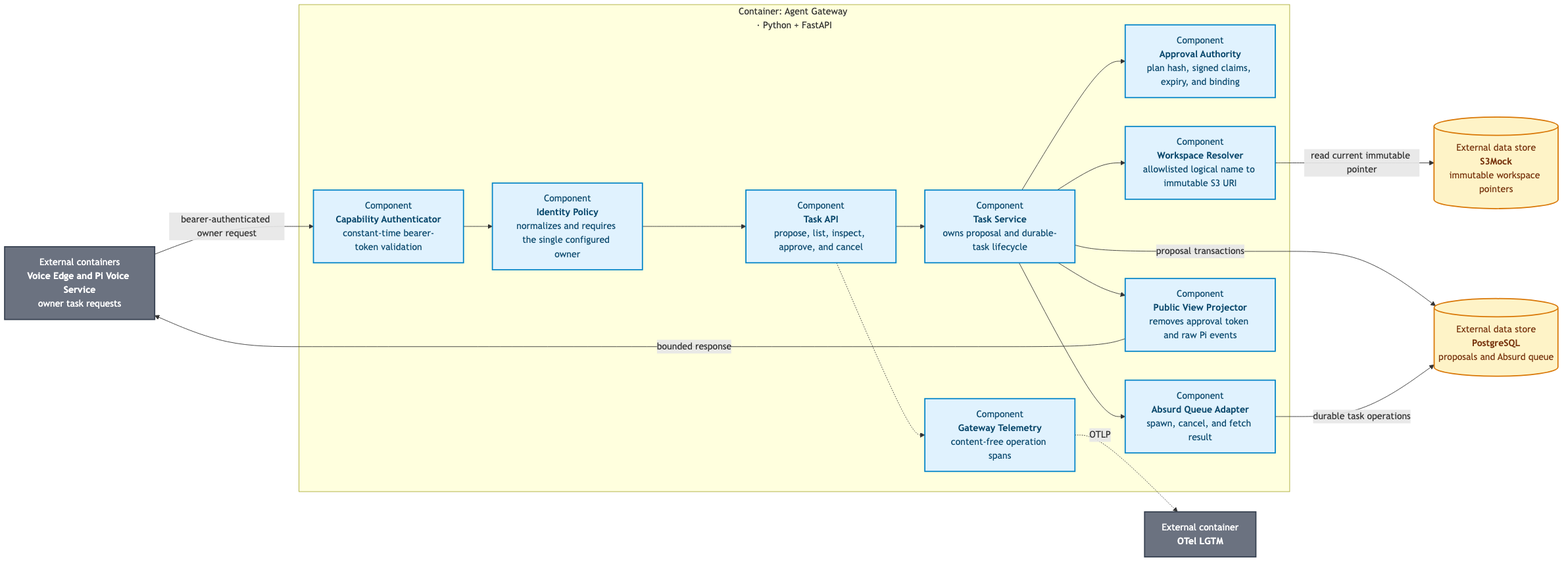
ragavsathish/agent-workload-platform keeps this Mermaid diagram as products/voice-agent/docs/architecture/c3-agent-gateway.png. Above is the earlier version. Its source is kept beside it as products/voice-agent/docs/architecture/c3-agent-gateway.mmd. The source it was exported from:
```mermaid
flowchart LR
    CALLERS[External containers<br/><b>Voice Edge and Pi Voice Service</b><br/>owner task requests]
    DB[(External data store<br/><b>PostgreSQL</b><br/>proposals and Absurd queue)]
    S3[(External data store<br/><b>S3Mock</b><br/>immutable workspace pointers)]
    OTEL[External container<br/><b>OTel LGTM</b>]

    subgraph GATEWAY["Container: Agent Gateway · Python + FastAPI"]
        direction TB
        AUTH["Component<br/><b>Capability Authenticator</b><br/>constant-time bearer-token validation"]
        IDENTITY["Component<br/><b>Identity Policy</b><br/>normalizes and requires the single configured owner"]
        API["Component<br/><b>Task API</b><br/>propose, list, inspect, approve, and cancel"]
        SERVICE["Component<br/><b>Task Service</b><br/>owns proposal and durable-task lifecycle"]
        APPROVAL["Component<br/><b>Approval Authority</b><br/>plan hash, signed claims, expiry, and binding"]
        WORKSPACE["Component<br/><b>Workspace Resolver</b><br/>allowlisted logical name to immutable S3 URI"]
        QUEUE["Component<br/><b>Absurd Queue Adapter</b><br/>spawn, cancel, and fetch result"]
        VIEW["Component<br/><b>Public View Projector</b><br/>removes approval token and raw Pi events"]
        TELEMETRY["Component<br/><b>Gateway Telemetry</b><br/>content-free operation spans"]

        AUTH --> IDENTITY --> API --> SERVICE
        SERVICE --> APPROVAL
        SERVICE --> WORKSPACE
        SERVICE --> QUEUE
        SERVICE --> VIEW
        API -.-> TELEMETRY
    end

    CALLERS -->|"bearer-authenticated owner request"| AUTH
    SERVICE -->|"proposal transactions"| DB
    QUEUE -->|"durable task operations"| DB
    WORKSPACE -->|"read current immutable pointer"| S3
    VIEW -->|"bounded response"| CALLERS
    TELEMETRY -.->|"OTLP"| OTEL

    classDef component fill:#e0f2fe,color:#0c4a6e,stroke:#0284c7,stroke-width:2px;
    classDef external fill:#6b7280,color:#fff,stroke:#374151,stroke-width:2px;
    classDef data fill:#fef3c7,color:#78350f,stroke:#d97706,stroke-width:2px;
    class AUTH,IDENTITY,API,SERVICE,APPROVAL,WORKSPACE,QUEUE,VIEW,TELEMETRY component;
    class CALLERS,OTEL external;
    class DB,S3 data;
```
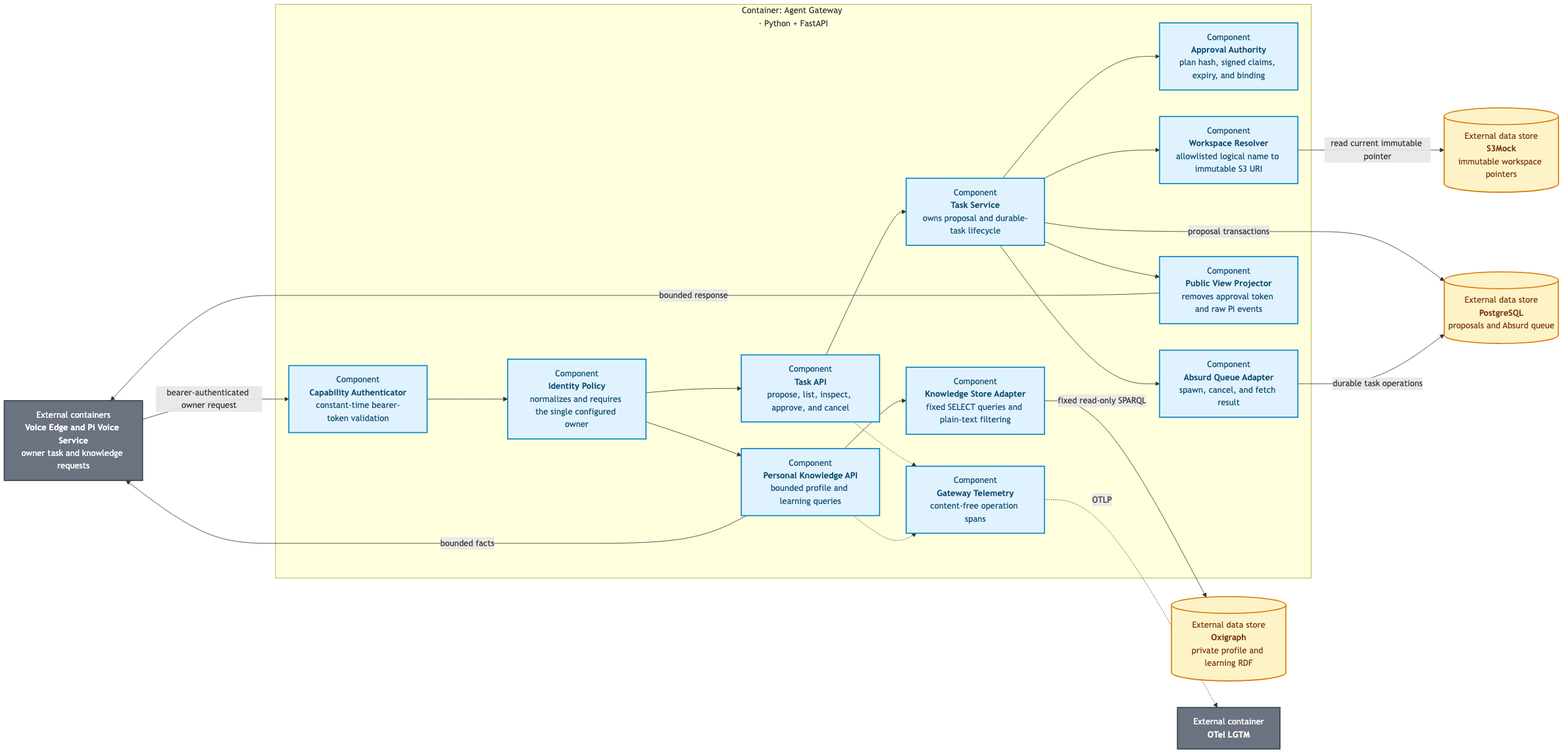
Later version of the same file.

What changed in the source:
```diff
@@ -1,7 +1,8 @@
 flowchart LR
-    CALLERS[External containers<br/><b>Voice Edge and Pi Voice Service</b><br/>owner task requests]
+    CALLERS[External containers<br/><b>Voice Edge and Pi Voice Service</b><br/>owner task and knowledge requests]
     DB[(External data store<br/><b>PostgreSQL</b><br/>proposals and Absurd queue)]
     S3[(External data store<br/><b>S3Mock</b><br/>immutable workspace pointers)]
+    OXIGRAPH[(External data store<br/><b>Oxigraph</b><br/>private profile and learning RDF)]
     OTEL[External container<br/><b>OTel LGTM</b>]
 
     subgraph GATEWAY["Container: Agent Gateway · Python + FastAPI"]
@@ -9,6 +10,8 @@
         AUTH["Component<br/><b>Capability Authenticator</b><br/>constant-time bearer-token validation"]
         IDENTITY["Component<br/><b>Identity Policy</b><br/>normalizes and requires the single configured owner"]
         API["Component<br/><b>Task API</b><br/>propose, list, inspect, approve, and cancel"]
+        KNOWLEDGE["Component<br/><b>Personal Knowledge API</b><br/>bounded profile and learning queries"]
+        SPARQL["Component<br/><b>Knowledge Store Adapter</b><br/>fixed SELECT queries and plain-text filtering"]
         SERVICE["Component<br/><b>Task Service</b><br/>owns proposal and durable-task lifecycle"]
         APPROVAL["Component<br/><b>Approval Authority</b><br/>plan hash, signed claims, expiry, and binding"]
         WORKSPACE["Component<br/><b>Workspace Resolver</b><br/>allowlisted logical name to immutable S3 URI"]
@@ -17,23 +20,27 @@
         TELEMETRY["Component<br/><b>Gateway Telemetry</b><br/>content-free operation spans"]
 
         AUTH --> IDENTITY --> API --> SERVICE
+        IDENTITY --> KNOWLEDGE --> SPARQL
         SERVICE --> APPROVAL
         SERVICE --> WORKSPACE
         SERVICE --> QUEUE
         SERVICE --> VIEW
         API -.-> TELEMETRY
+        KNOWLEDGE -.-> TELEMETRY
     end
 
     CALLERS -->|"bearer-authenticated owner request"| AUTH
     SERVICE -->|"proposal transactions"| DB
     QUEUE -->|"durable task operations"| DB
     WORKSPACE -->|"read current immutable pointer"| S3
+    SPARQL -->|"fixed read-only SPARQL"| OXIGRAPH
     VIEW -->|"bounded response"| CALLERS
+    KNOWLEDGE -->|"bounded facts"| CALLERS
     TELEMETRY -.->|"OTLP"| OTEL
 
     classDef component fill:#e0f2fe,color:#0c4a6e,stroke:#0284c7,stroke-width:2px;
     classDef external fill:#6b7280,color:#fff,stroke:#374151,stroke-width:2px;
     classDef data fill:#fef3c7,color:#78350f,stroke:#d97706,stroke-width:2px;
-    class AUTH,IDENTITY,API,SERVICE,APPROVAL,WORKSPACE,QUEUE,VIEW,TELEMETRY component;
+    class AUTH,IDENTITY,API,KNOWLEDGE,SPARQL,SERVICE,APPROVAL,WORKSPACE,QUEUE,VIEW,TELEMETRY component;
     class CALLERS,OTEL external;
-    class DB,S3 data;
+    class DB,S3,OXIGRAPH data;
```
